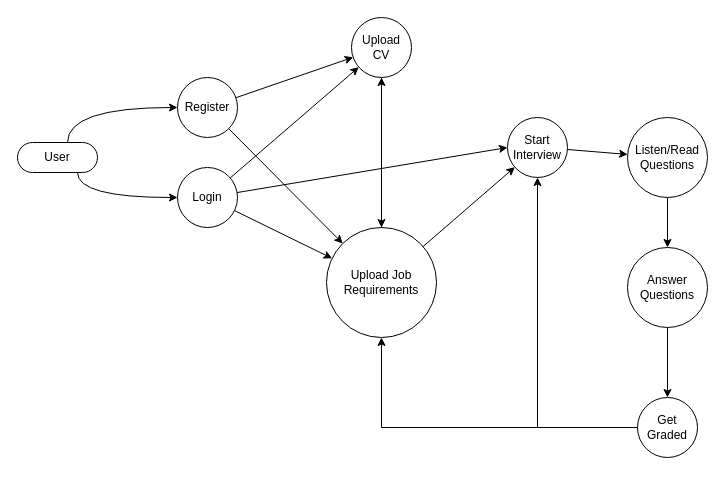
Sory-Noroc/Smart-Interview-Coach keeps this draw.io diagram as page "Data Flow Diagram" (6 of 7) of licenta.drawio. Above is the earlier version. Source tidied: cells renumbered, new cells numbered last; positions are measured from the earlier drawing's top-left corner, leaving out a move shared by most shapes. Both pictures are drawn from the tidied source at 100%, with x=0, y=0 at pixel (17, 17).
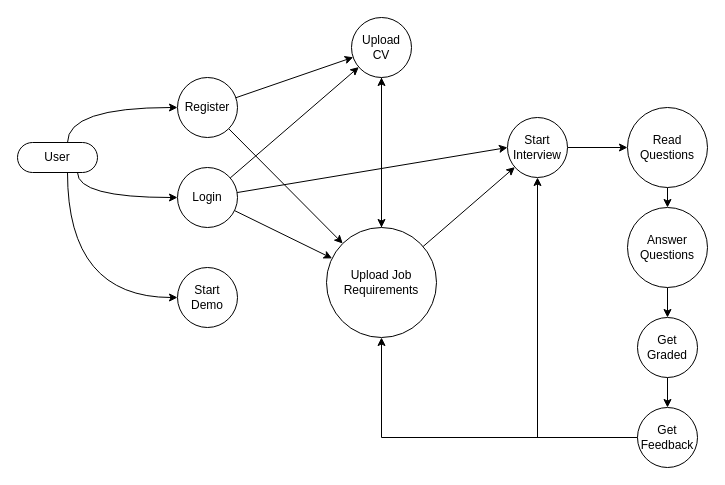
The same diagram, later.

The change refers to these unchanged cells:
```xml
<mxCell id="4" value="User" style="html=1;dashed=0;whiteSpace=wrap;shape=mxgraph.dfd.start;" parent="1" vertex="1">
  <mxGeometry y="125" width="80" height="30" as="geometry" />
</mxCell>
<mxCell id="13" value="Start Interview" style="shape=ellipse;html=1;dashed=0;whiteSpace=wrap;perimeter=ellipsePerimeter;" parent="1" vertex="1">
  <mxGeometry x="490" y="100" width="60" height="60" as="geometry" />
</mxCell>
<mxCell id="16" value="Upload Job Requirements" style="shape=ellipse;html=1;dashed=0;whiteSpace=wrap;perimeter=ellipsePerimeter;direction=south;" parent="1" vertex="1">
  <mxGeometry x="309" y="210" width="110" height="110" as="geometry" />
</mxCell>
```

Diff of the diagram source:
```diff
@@
+    <mxCell id="26" style="edgeStyle=orthogonalEdgeStyle;rounded=0;jettySize=auto;html=1;curved=1;" parent="1" edge="1" source="4" target="28">
+      <mxGeometry relative="1" as="geometry">
+        <Array as="points">
+          <mxPoint x="50" y="280" />
+        </Array>
+      </mxGeometry>
+    </mxCell>
@@
-    <mxCell id="20" value="Listen/Read Questions" style="shape=ellipse;html=1;dashed=0;whiteSpace=wrap;perimeter=ellipsePerimeter;" parent="1" vertex="1">
-      <mxGeometry x="610" y="100" width="80" height="80" as="geometry" />
+    <mxCell id="20" value="Read Questions" style="shape=ellipse;html=1;dashed=0;whiteSpace=wrap;perimeter=ellipsePerimeter;" parent="1" vertex="1">
+      <mxGeometry x="610" y="90" width="80" height="80" as="geometry" />
     </mxCell>
@@
     <mxCell id="22" value="Answer Questions" style="shape=ellipse;html=1;dashed=0;whiteSpace=wrap;perimeter=ellipsePerimeter;" parent="1" vertex="1">
-      <mxGeometry x="610" y="230" width="80" height="80" as="geometry" />
+      <mxGeometry x="610" y="190" width="80" height="80" as="geometry" />
     </mxCell>
-    <mxCell id="23" style="edgeStyle=orthogonalEdgeStyle;rounded=0;jettySize=auto;html=1;" parent="1" edge="1" source="25" target="13">
+    <mxCell id="23" style="edgeStyle=orthogonalEdgeStyle;rounded=0;jettySize=auto;html=1;" parent="1" edge="1" source="29" target="13">
       <mxGeometry relative="1" as="geometry" />
     </mxCell>
-    <mxCell id="24" style="edgeStyle=orthogonalEdgeStyle;rounded=0;jettySize=auto;html=1;" parent="1" edge="1" source="25" target="16">
+    <mxCell id="24" style="edgeStyle=orthogonalEdgeStyle;rounded=0;jettySize=auto;html=1;" parent="1" edge="1" source="29" target="16">
       <mxGeometry relative="1" as="geometry" />
     </mxCell>
+    <mxCell id="27" style="edgeStyle=orthogonalEdgeStyle;rounded=0;jettySize=auto;html=1;" parent="1" edge="1" source="25" target="29">
+      <mxGeometry relative="1" as="geometry" />
+    </mxCell>
     <mxCell id="25" value="Get Graded" style="shape=ellipse;html=1;dashed=0;whiteSpace=wrap;perimeter=ellipsePerimeter;" parent="1" vertex="1">
-      <mxGeometry x="620" y="380" width="60" height="60" as="geometry" />
+      <mxGeometry x="620" y="300" width="60" height="60" as="geometry" />
     </mxCell>
+    <mxCell id="28" value="Start Demo" style="shape=ellipse;html=1;dashed=0;whiteSpace=wrap;perimeter=ellipsePerimeter;" parent="1" vertex="1">
+      <mxGeometry x="160" y="250" width="60" height="60" as="geometry" />
+    </mxCell>
+    <mxCell id="29" value="Get Feedback" style="shape=ellipse;html=1;dashed=0;whiteSpace=wrap;perimeter=ellipsePerimeter;" parent="1" vertex="1">
+      <mxGeometry x="620" y="390" width="60" height="60" as="geometry" />
+    </mxCell>
```
